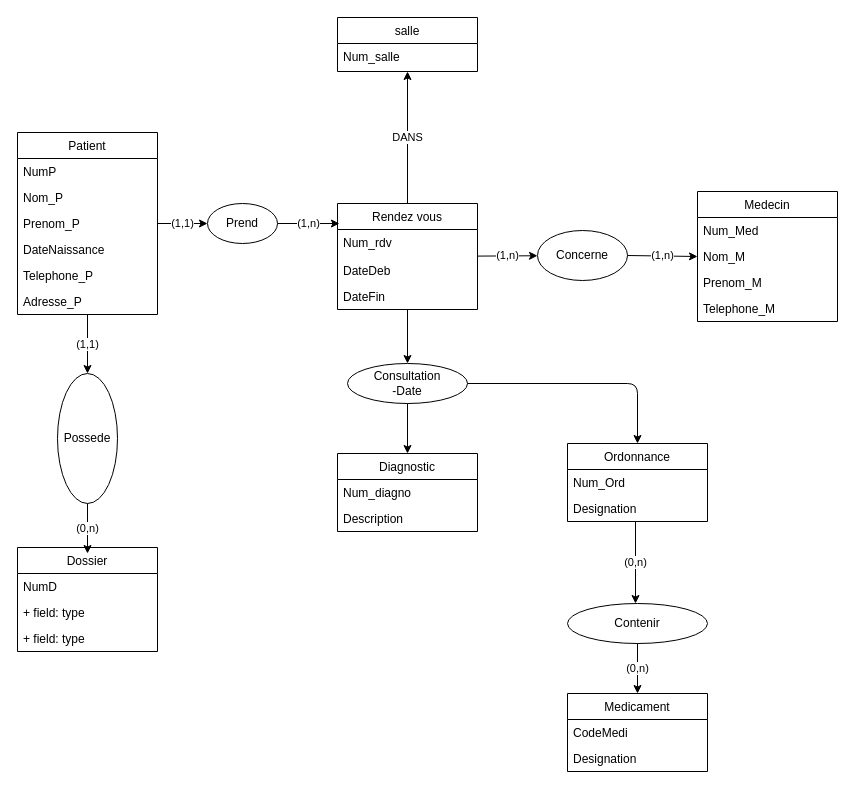
Before: mcd.drawio in Ramskyii/Projet_SI_Django, a draw.io diagram. Source tidied: cells renumbered, new cells numbered last; positions are measured from the earlier drawing's top-left corner, leaving out a move shared by most shapes. Both pictures are drawn from the tidied source at 100%, with x=0, y=0 at pixel (17, 17).
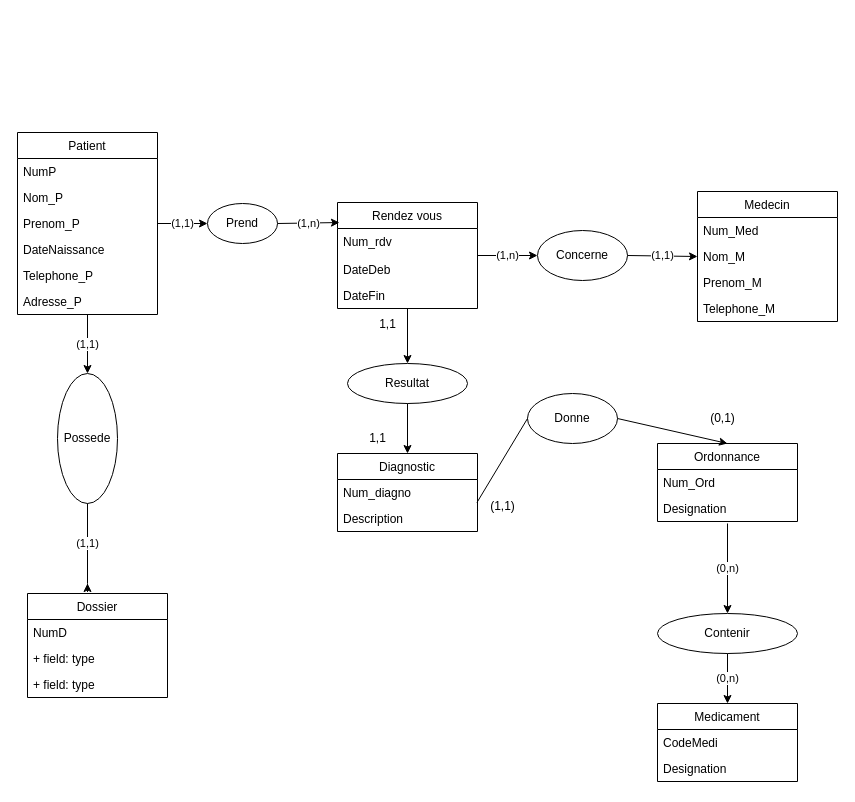
After the change.

Commit message:
Message de validation

The change refers to these unchanged cells:
```xml
<mxCell id="18" value="Medecin" style="swimlane;fontStyle=0;horizontal=1;startSize=26;fillColor=none;" parent="1" vertex="1">
  <mxGeometry x="680" y="174" width="140" height="130" as="geometry" />
</mxCell>
<mxCell id="28" value="Num_diagno" style="text;strokeColor=none;fillColor=none;align=left;verticalAlign=top;spacingLeft=4;spacingRight=4;overflow=hidden;points=[[0,0.5],[1,0.5]];portConstraint=eastwest;" parent="27" vertex="1">
  <mxGeometry y="26" width="140" height="26" as="geometry" />
</mxCell>
<mxCell id="38" value="Possede" style="ellipse;whiteSpace=wrap;html=1;fillColor=none;fontStyle=0;startSize=26;" parent="1" vertex="1">
  <mxGeometry x="40" y="356" width="60" height="130" as="geometry" />
</mxCell>
<mxCell id="42" value="Concerne" style="ellipse;whiteSpace=wrap;html=1;fillColor=none;fontStyle=0;startSize=26;" parent="1" vertex="1">
  <mxGeometry x="520" y="213" width="90" height="50" as="geometry" />
</mxCell>
```

The edit, as a diff of the source:
```diff
@@
-    <mxCell id="13" value="DANS" style="edgeStyle=none;html=1;" parent="1" edge="1" source="14" target="48">
-      <mxGeometry relative="1" as="geometry" />
-    </mxCell>
     <mxCell id="14" value="Rendez vous" style="swimlane;fontStyle=0;horizontal=1;startSize=26;fillColor=none;" parent="1" vertex="1">
-      <mxGeometry x="320" y="186" width="140" height="106" as="geometry" />
+      <mxGeometry x="320" y="185" width="140" height="106" as="geometry" />
     </mxCell>
@@
     <mxCell id="23" value="Dossier" style="swimlane;fontStyle=0;horizontal=1;startSize=26;fillColor=none;" parent="1" vertex="1">
-      <mxGeometry y="530" width="140" height="104" as="geometry" />
+      <mxGeometry x="10" y="576" width="140" height="104" as="geometry" />
     </mxCell>
@@
-    <mxCell id="30" value="(0,n)" style="edgeStyle=none;html=1;" parent="1" edge="1">
+    <mxCell id="30" value="(0,n)" style="edgeStyle=none;html=1;entryX=0.5;entryY=0;entryDx=0;entryDy=0;" parent="1" edge="1" target="47">
       <mxGeometry relative="1" as="geometry">
-        <mxPoint x="618" y="504" as="sourcePoint" />
-        <mxPoint x="618" y="586" as="targetPoint" />
+        <mxPoint x="710" y="506" as="sourcePoint" />
       </mxGeometry>
     </mxCell>
     <mxCell id="31" value="Ordonnance" style="swimlane;fontStyle=0;horizontal=1;startSize=26;fillColor=none;" parent="1" vertex="1">
-      <mxGeometry x="550" y="426" width="140" height="78" as="geometry" />
+      <mxGeometry x="640" y="426" width="140" height="78" as="geometry" />
     </mxCell>
@@
     <mxCell id="34" value="Medicament" style="swimlane;fontStyle=0;horizontal=1;startSize=26;fillColor=none;" parent="1" vertex="1">
-      <mxGeometry x="550" y="676" width="140" height="78" as="geometry" />
+      <mxGeometry x="640" y="686" width="140" height="78" as="geometry" />
     </mxCell>
@@
-    <mxCell id="37" value="(0,n)" style="edgeStyle=none;html=1;" parent="1" edge="1" source="38">
-      <mxGeometry relative="1" as="geometry">
-        <mxPoint x="70" y="536" as="targetPoint" />
+    <mxCell id="37" value="(1,1)" style="edgeStyle=none;strokeWidth=1;html=1;" parent="1" edge="1" source="38">
+      <mxGeometry x="-0.2" relative="1" as="geometry">
+        <mxPoint x="70" y="566" as="targetPoint" />
+        <Array as="points">
+          <mxPoint x="70" y="576" />
+        </Array>
       </mxGeometry>
     </mxCell>
@@
-    <mxCell id="41" value="(1,n)" style="edgeStyle=none;html=1;exitX=1;exitY=0.5;exitDx=0;exitDy=0;entryX=0;entryY=0.5;entryDx=0;entryDy=0;" parent="1" edge="1" source="42" target="18">
+    <mxCell id="41" value="(1,1)" style="edgeStyle=none;html=1;exitX=1;exitY=0.5;exitDx=0;exitDy=0;entryX=0;entryY=0.5;entryDx=0;entryDy=0;" parent="1" edge="1" source="42" target="18">
       <mxGeometry relative="1" as="geometry" />
     </mxCell>
@@
-    <mxCell id="44" style="edgeStyle=none;html=1;exitX=1;exitY=0.5;exitDx=0;exitDy=0;entryX=0.5;entryY=0;entryDx=0;entryDy=0;" parent="1" edge="1" source="45" target="31">
-      <mxGeometry relative="1" as="geometry">
-        <Array as="points">
-          <mxPoint x="620" y="366" />
-        </Array>
-      </mxGeometry>
+    <mxCell id="44" style="edgeStyle=none;html=1;exitX=1;exitY=0.5;exitDx=0;exitDy=0;entryX=0.5;entryY=0;entryDx=0;entryDy=0;startArrow=none;" parent="1" edge="1" source="55" target="31">
+      <mxGeometry relative="1" as="geometry" />
     </mxCell>
-    <mxCell id="45" value="Consultation&lt;br&gt;-Date" style="ellipse;whiteSpace=wrap;html=1;fillColor=none;fontStyle=0;startSize=26;" parent="1" vertex="1">
+    <mxCell id="45" value="Resultat" style="ellipse;whiteSpace=wrap;html=1;fillColor=none;fontStyle=0;startSize=26;" parent="1" vertex="1">
       <mxGeometry x="330" y="346" width="120" height="40" as="geometry" />
     </mxCell>
@@
     <mxCell id="47" value="Contenir" style="ellipse;whiteSpace=wrap;html=1;fillColor=none;fontStyle=0;startSize=26;" parent="1" vertex="1">
-      <mxGeometry x="550" y="586" width="140" height="40" as="geometry" />
+      <mxGeometry x="640" y="596" width="140" height="40" as="geometry" />
     </mxCell>
-    <mxCell id="48" value="salle" style="swimlane;fontStyle=0;horizontal=1;startSize=26;fillColor=none;" parent="1" vertex="1">
-      <mxGeometry x="320" width="140" height="54" as="geometry" />
-    </mxCell>
-    <mxCell id="49" value="Num_salle" style="text;strokeColor=none;fillColor=none;align=left;verticalAlign=top;spacingLeft=4;spacingRight=4;overflow=hidden;" parent="48" vertex="1">
-      <mxGeometry y="26" width="140" height="28" as="geometry" />
-    </mxCell>
+    <mxCell id="50" value="(0,1)" style="text;html=1;align=center;verticalAlign=middle;strokeColor=none;fillColor=none;" parent="1" vertex="1">
+      <mxGeometry x="680" y="386" width="50" height="30" as="geometry" />
+    </mxCell>
+    <mxCell id="51" value="1,1" style="text;html=1;align=center;verticalAlign=middle;strokeColor=none;fillColor=none;" parent="1" vertex="1">
+      <mxGeometry x="340" y="406" width="40" height="30" as="geometry" />
+    </mxCell>
+    <mxCell id="52" value="1,1" style="text;html=1;align=center;verticalAlign=middle;strokeColor=none;fillColor=none;" parent="1" vertex="1">
+      <mxGeometry x="350" y="292" width="40" height="30" as="geometry" />
+    </mxCell>
+    <mxCell id="53" value="(1,1)" style="text;html=1;align=center;verticalAlign=middle;strokeColor=none;fillColor=none;" parent="1" vertex="1">
+      <mxGeometry x="460" y="474" width="50" height="30" as="geometry" />
+    </mxCell>
+    <mxCell id="54" style="edgeStyle=none;html=1;exitX=0.996;exitY=0.887;exitDx=0;exitDy=0;entryX=0;entryY=0.5;entryDx=0;entryDy=0;exitPerimeter=0;endArrow=none;" parent="1" edge="1" source="28" target="55">
+      <mxGeometry relative="1" as="geometry" />
+    </mxCell>
+    <mxCell id="55" value="Donne" style="ellipse;whiteSpace=wrap;html=1;fillColor=none;fontStyle=0;startSize=26;" parent="1" vertex="1">
+      <mxGeometry x="510" y="376" width="90" height="50" as="geometry" />
+    </mxCell>
```
